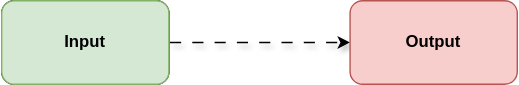
This is animation.drawio.svg from shilpathota/FlowCharts, a draw.io export, as it was before one commit. Source tidied: cells renumbered, new cells last; positions are measured from the earlier drawing's top-left corner, leaving out a move shared by most shapes.
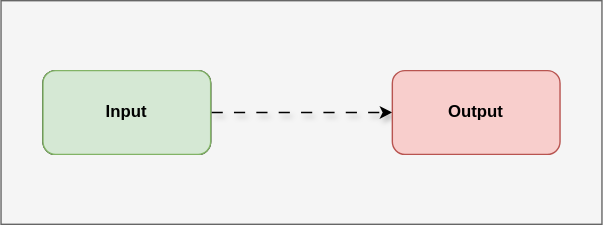
After the commit.

Change to the diagram source:
```diff
@@ -2,6 +2,9 @@
   <root>
     <mxCell id="0" />
     <mxCell id="1" parent="0" />
+    <mxCell id="6" style="rounded=0;whiteSpace=wrap;html=1;fillColor=#f5f5f5;strokeColor=#666666;fontColor=#333333;" parent="1" vertex="1">
+      <mxGeometry x="-30" y="-50" width="430" height="160" as="geometry" />
+    </mxCell>
     <mxCell id="2" style="rounded=1;whiteSpace=wrap;html=1;" parent="1" vertex="1">
       <mxGeometry width="120" height="60" as="geometry" />
     </mxCell>
```
